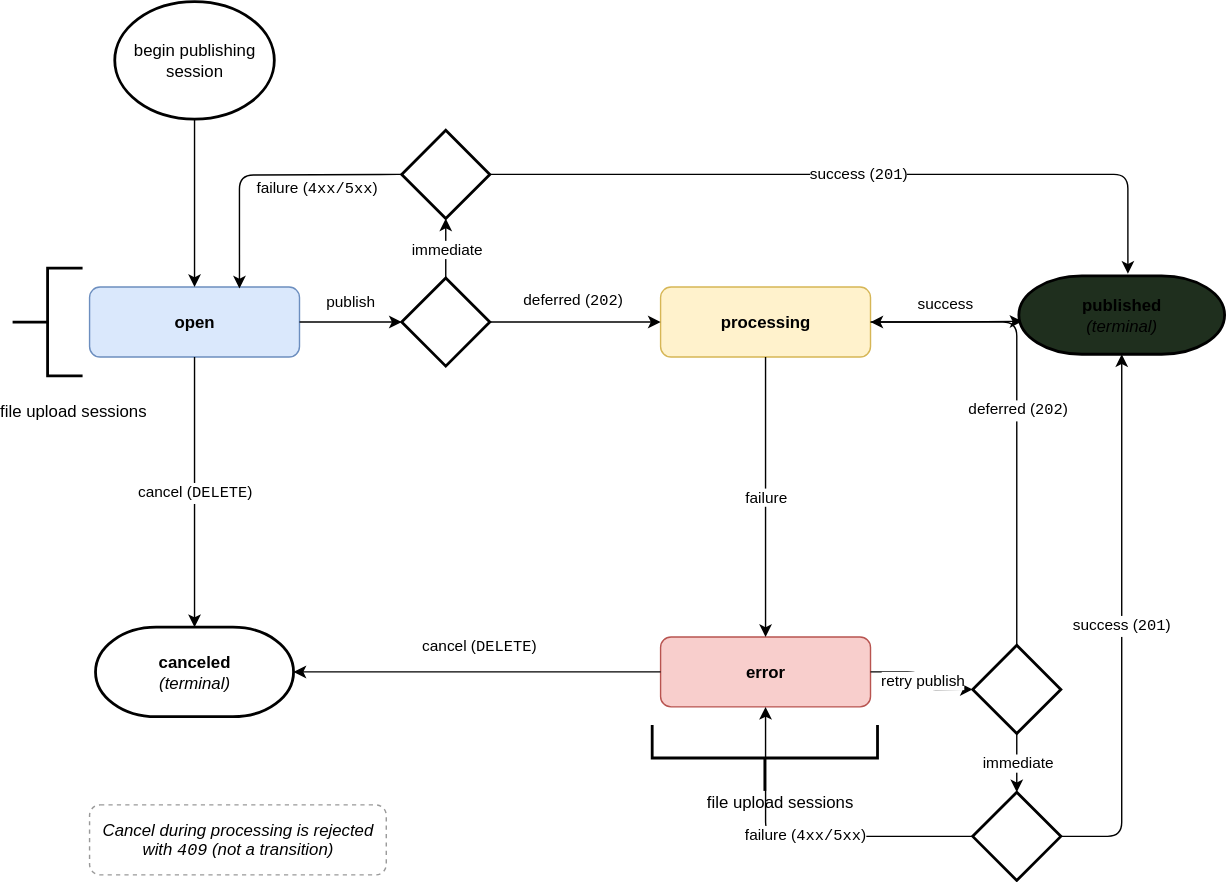
Before: peps/pep-0694/publishing-session-states.drawio.svg, a diagram exported from draw.io (python/peps). Source tidied: cells renumbered, new cells last; positions are measured from the earlier drawing's top-left corner, leaving out a move shared by most shapes.
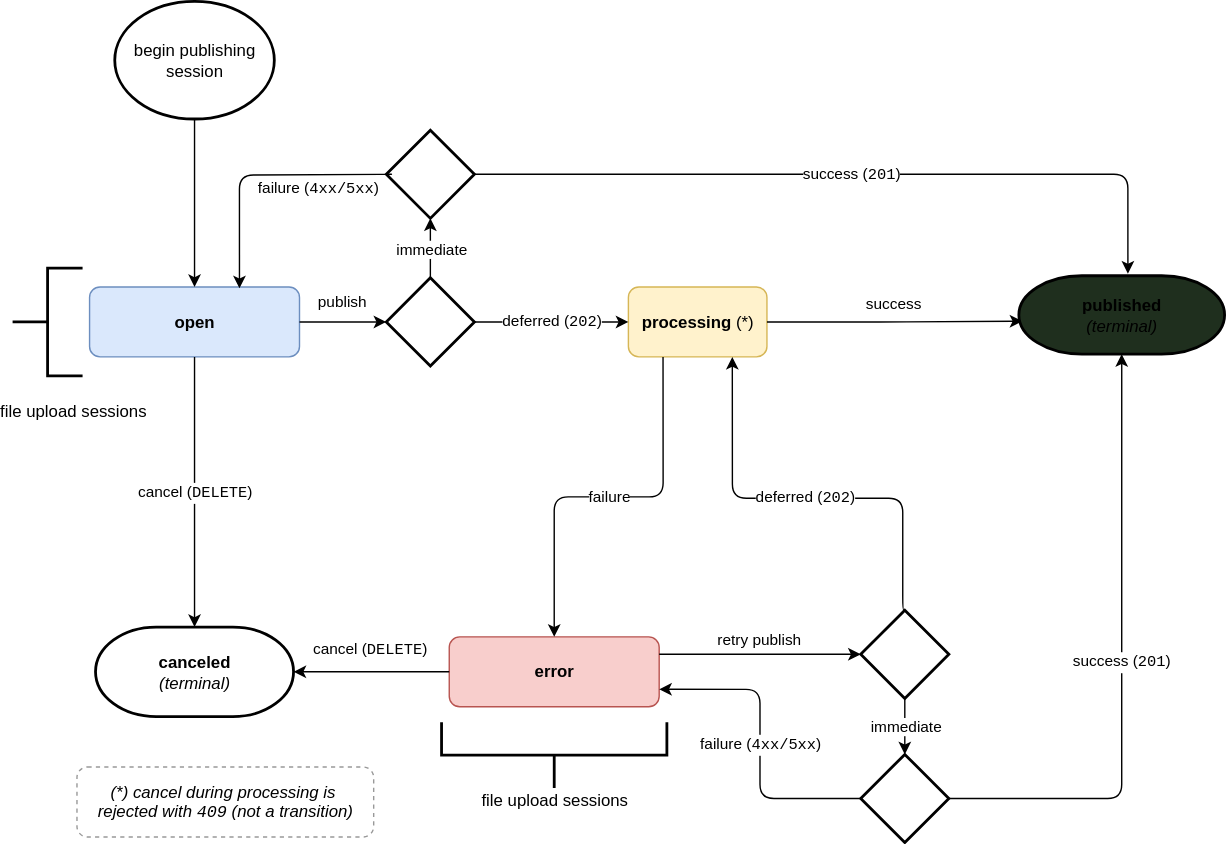
The same file after the commit.

Commit message:
Session publishing image keeper

Change to the diagram source:
```diff
@@ -5,14 +5,14 @@
     <mxCell id="2" value="open" style="rounded=1;whiteSpace=wrap;html=1;fillColor=#DAE8FC;strokeColor=#6C8EBF;fontStyle=1;" parent="1" vertex="1">
       <mxGeometry x="55" y="204" width="150" height="50" as="geometry" />
     </mxCell>
-    <mxCell id="3" value="processing" style="rounded=1;whiteSpace=wrap;html=1;fillColor=light-dark(#FFF2CC,#666600);strokeColor=#D6B656;fontStyle=1;" parent="1" vertex="1">
-      <mxGeometry x="463" y="204" width="150" height="50" as="geometry" />
+    <mxCell id="3" value="processing &lt;span style=&quot;font-weight: normal;&quot;&gt;(*)&lt;/span&gt;" style="rounded=1;whiteSpace=wrap;html=1;fillColor=light-dark(#FFF2CC,#666600);strokeColor=#D6B656;fontStyle=1;" parent="1" vertex="1">
+      <mxGeometry x="440" y="204" width="99" height="50" as="geometry" />
     </mxCell>
     <mxCell id="4" value="error" style="rounded=1;whiteSpace=wrap;html=1;fillColor=#F8CECC;strokeColor=#B85450;fontStyle=1;" parent="1" vertex="1">
-      <mxGeometry x="463" y="454" width="150" height="50" as="geometry" />
+      <mxGeometry x="312" y="454" width="150" height="50" as="geometry" />
     </mxCell>
-    <mxCell id="5" value="Cancel during processing is rejected with &lt;font face=&quot;Courier New&quot;&gt;409&lt;/font&gt; (not a transition)" style="rounded=1;whiteSpace=wrap;html=1;dashed=1;fillColor=none;strokeColor=#999999;fontStyle=2;" parent="1" vertex="1">
-      <mxGeometry x="55" y="574" width="212" height="50" as="geometry" />
+    <mxCell id="5" value="(*) cancel during processing is&amp;nbsp;&lt;div&gt;rejected with &lt;font face=&quot;Courier New&quot;&gt;409&lt;/font&gt; (not a transition)&lt;/div&gt;" style="rounded=1;whiteSpace=wrap;html=1;dashed=1;fillColor=none;strokeColor=#999999;fontStyle=2;" parent="1" vertex="1">
+      <mxGeometry x="46" y="547" width="212" height="50" as="geometry" />
     </mxCell>
     <mxCell id="6" style="edgeStyle=orthogonalEdgeStyle;rounded=1;html=1;exitX=0.5;exitY=1;exitDx=0;exitDy=0;exitPerimeter=0;" parent="1" edge="1" source="13" target="2">
       <mxGeometry relative="1" as="geometry" />
@@ -26,14 +26,16 @@
     <mxCell id="9" value="cancel (&lt;font face=&quot;Courier New&quot;&gt;DELETE&lt;/font&gt;)" style="edgeStyle=orthogonalEdgeStyle;rounded=1;html=1;entryX=0.5;entryY=0;entryDx=0;entryDy=0;entryPerimeter=0;" parent="1" edge="1" source="2" target="15">
       <mxGeometry relative="1" as="geometry" />
     </mxCell>
-    <mxCell id="10" value="failure" style="edgeStyle=orthogonalEdgeStyle;rounded=1;html=1;entryX=0.5;entryY=0;entryDx=0;entryDy=0;exitX=0.5;exitY=1;exitDx=0;exitDy=0;" parent="1" edge="1" source="3" target="4">
+    <mxCell id="10" value="failure" style="edgeStyle=orthogonalEdgeStyle;rounded=1;html=1;entryX=0.5;entryY=0;entryDx=0;entryDy=0;exitX=0.25;exitY=1;exitDx=0;exitDy=0;" parent="1" edge="1" source="3" target="4">
       <mxGeometry relative="1" as="geometry" />
     </mxCell>
-    <mxCell id="11" value="retry publish" style="edgeStyle=orthogonalEdgeStyle;rounded=1;html=1;exitX=1;exitY=0.5;exitDx=0;exitDy=0;entryX=0;entryY=0.5;entryDx=0;entryDy=0;" parent="1" edge="1" source="4" target="25">
-      <mxGeometry relative="1" as="geometry" />
+    <mxCell id="11" value="retry publish" style="edgeStyle=orthogonalEdgeStyle;rounded=1;html=1;exitX=1;exitY=0.25;exitDx=0;exitDy=0;entryX=0;entryY=0.5;entryDx=0;entryDy=0;" parent="1" edge="1" source="4" target="25">
+      <mxGeometry x="-0.01" y="12" relative="1" as="geometry">
+        <mxPoint y="1" as="offset" />
+      </mxGeometry>
     </mxCell>
     <mxCell id="12" value="cancel (&lt;font face=&quot;Courier New&quot;&gt;DELETE&lt;/font&gt;)" style="edgeStyle=orthogonalEdgeStyle;rounded=1;html=1;entryX=1;entryY=0.5;entryDx=0;entryDy=0;entryPerimeter=0;exitX=0;exitY=0.5;exitDx=0;exitDy=0;" parent="1" edge="1" source="4" target="15">
-      <mxGeometry x="-0.01" y="-18" relative="1" as="geometry" />
+      <mxGeometry x="0.02" y="-16" relative="1" as="geometry" />
     </mxCell>
     <mxCell id="13" value="begin publishing session" style="strokeWidth=2;html=1;shape=mxgraph.flowchart.start_1;whiteSpace=wrap;" parent="1" vertex="1">
       <mxGeometry x="73" width="114" height="84" as="geometry" />
@@ -47,29 +49,24 @@
       <mxGeometry x="59.2" y="447" width="141.5" height="64" as="geometry" />
     </mxCell>
     <mxCell id="16" style="strokeWidth=2;html=1;shape=mxgraph.flowchart.decision;whiteSpace=wrap;" parent="1" vertex="1">
-      <mxGeometry x="278" y="197.5" width="63" height="63" as="geometry" />
+      <mxGeometry x="267" y="197.5" width="63" height="63" as="geometry" />
     </mxCell>
     <mxCell id="17" value="deferred (&lt;font face=&quot;Courier New&quot;&gt;202&lt;/font&gt;)" style="edgeStyle=orthogonalEdgeStyle;rounded=1;html=1;exitX=1;exitY=0.5;exitDx=0;exitDy=0;entryX=0;entryY=0.5;entryDx=0;entryDy=0;exitPerimeter=0;" parent="1" edge="1" source="16" target="3">
-      <mxGeometry x="-0.03" y="15" relative="1" as="geometry">
-        <Array as="points">
-          <mxPoint x="448" y="229" />
-          <mxPoint x="448" y="229" />
-        </Array>
-      </mxGeometry>
+      <mxGeometry relative="1" as="geometry" />
     </mxCell>
     <mxCell id="18" value="&lt;b&gt;published&lt;/b&gt;&lt;div&gt;&lt;i&gt;(terminal)&lt;/i&gt;&lt;/div&gt;" style="strokeWidth=2;html=1;shape=mxgraph.flowchart.terminator;whiteSpace=wrap;fillColor=light-dark(#1F2F1E,#1F2F1E);strokeColor=light-dark(#000000,#446E2C);" parent="1" vertex="1">
       <mxGeometry x="719" y="196" width="147" height="56" as="geometry" />
     </mxCell>
     <mxCell id="19" value="file upload sessions&lt;div&gt;&lt;br&gt;&lt;/div&gt;" style="strokeWidth=2;html=1;shape=mxgraph.flowchart.annotation_2;align=left;labelPosition=right;overflow=visible;direction=north;noLabel=0;labelPadding=0;movableLabel=1;" parent="1" vertex="1">
-      <mxGeometry x="457" y="517" width="161" height="47" as="geometry">
-        <mxPoint x="-124" y="38" as="offset" />
+      <mxGeometry x="306.5" y="515" width="161" height="47" as="geometry">
+        <mxPoint x="-135" y="39" as="offset" />
       </mxGeometry>
     </mxCell>
     <mxCell id="20" value="success (&lt;font face=&quot;Courier New&quot;&gt;201&lt;/font&gt;)" style="edgeStyle=orthogonalEdgeStyle;rounded=1;html=1;exitX=1;exitY=0.5;exitDx=0;exitDy=0;exitPerimeter=0;entryX=0.53;entryY=-0.027;entryDx=0;entryDy=0;entryPerimeter=0;" parent="1" edge="1" source="21" target="18">
       <mxGeometry relative="1" as="geometry" />
     </mxCell>
     <mxCell id="21" style="strokeWidth=2;html=1;shape=mxgraph.flowchart.decision;whiteSpace=wrap;" parent="1" vertex="1">
-      <mxGeometry x="278" y="92" width="63" height="63" as="geometry" />
+      <mxGeometry x="267" y="92" width="63" height="63" as="geometry" />
     </mxCell>
     <mxCell id="22" value="&lt;font face=&quot;Helvetica&quot;&gt;failure (&lt;/font&gt;&lt;font face=&quot;Courier New&quot;&gt;4xx/5xx&lt;/font&gt;&lt;font face=&quot;Helvetica&quot;&gt;)&lt;/font&gt;" style="edgeStyle=orthogonalEdgeStyle;rounded=1;html=1;exitX=0;exitY=0.5;exitDx=0;exitDy=0;exitPerimeter=0;entryX=0.714;entryY=0.02;entryDx=0;entryDy=0;entryPerimeter=0;" parent="1" edge="1" source="21" target="2">
       <mxGeometry x="-0.38" y="10" relative="1" as="geometry">
@@ -86,13 +83,18 @@
       <mxGeometry relative="1" as="geometry" />
     </mxCell>
     <mxCell id="25" style="strokeWidth=2;html=1;shape=mxgraph.flowchart.decision;whiteSpace=wrap;" parent="1" vertex="1">
-      <mxGeometry x="686" y="460" width="63" height="63" as="geometry" />
+      <mxGeometry x="606" y="435" width="63" height="63" as="geometry" />
     </mxCell>
     <mxCell id="26" style="strokeWidth=2;html=1;shape=mxgraph.flowchart.decision;whiteSpace=wrap;" parent="1" vertex="1">
-      <mxGeometry x="686" y="565" width="63" height="63" as="geometry" />
+      <mxGeometry x="606" y="538" width="63" height="63" as="geometry" />
     </mxCell>
-    <mxCell id="27" value="deferred (&lt;font face=&quot;Courier New&quot;&gt;202&lt;/font&gt;)" style="edgeStyle=orthogonalEdgeStyle;rounded=1;html=1;exitX=0.5;exitY=0;exitDx=0;exitDy=0;entryX=1;entryY=0.5;entryDx=0;entryDy=0;entryPerimeter=0;" parent="1" edge="1" source="25" target="3">
-      <mxGeometry relative="1" as="geometry" />
+    <mxCell id="27" value="deferred (&lt;font face=&quot;Courier New&quot;&gt;202&lt;/font&gt;)" style="edgeStyle=orthogonalEdgeStyle;rounded=1;html=1;exitX=0.5;exitY=0;exitDx=0;exitDy=0;entryX=0.75;entryY=1;entryDx=0;entryDy=0;" parent="1" edge="1" source="25" target="3">
+      <mxGeometry relative="1" as="geometry">
+        <Array as="points">
+          <mxPoint x="636" y="355" />
+          <mxPoint x="514" y="355" />
+        </Array>
+      </mxGeometry>
     </mxCell>
     <mxCell id="28" value="immediate" style="edgeStyle=orthogonalEdgeStyle;rounded=1;html=1;exitX=0.5;exitY=1;exitDx=0;exitDy=0;entryX=0.5;entryY=0;entryDx=0;entryDy=0;" parent="1" edge="1" source="25" target="26">
       <mxGeometry relative="1" as="geometry" />
@@ -100,7 +102,7 @@
     <mxCell id="29" value="success (&lt;font face=&quot;Courier New&quot;&gt;201&lt;/font&gt;)" style="edgeStyle=orthogonalEdgeStyle;rounded=1;html=1;exitX=1;exitY=0.5;exitDx=0;exitDy=0;entryX=0.5;entryY=1;entryDx=0;entryDy=0;entryPerimeter=0;" parent="1" edge="1" source="26" target="18">
       <mxGeometry relative="1" as="geometry" />
     </mxCell>
-    <mxCell id="30" value="failure (&lt;font face=&quot;Courier New&quot;&gt;4xx/5xx&lt;/font&gt;)" style="edgeStyle=orthogonalEdgeStyle;rounded=1;html=1;exitX=0;exitY=0.5;exitDx=0;exitDy=0;entryX=0.5;entryY=1;entryDx=0;entryDy=0;entryPerimeter=0;" parent="1" edge="1" source="26" target="4">
+    <mxCell id="30" value="failure (&lt;font face=&quot;Courier New&quot;&gt;4xx/5xx&lt;/font&gt;)" style="edgeStyle=orthogonalEdgeStyle;rounded=1;html=1;exitX=0;exitY=0.5;exitDx=0;exitDy=0;entryX=1;entryY=0.75;entryDx=0;entryDy=0;" parent="1" edge="1" source="26" target="4">
       <mxGeometry relative="1" as="geometry" />
     </mxCell>
   </root>
```
